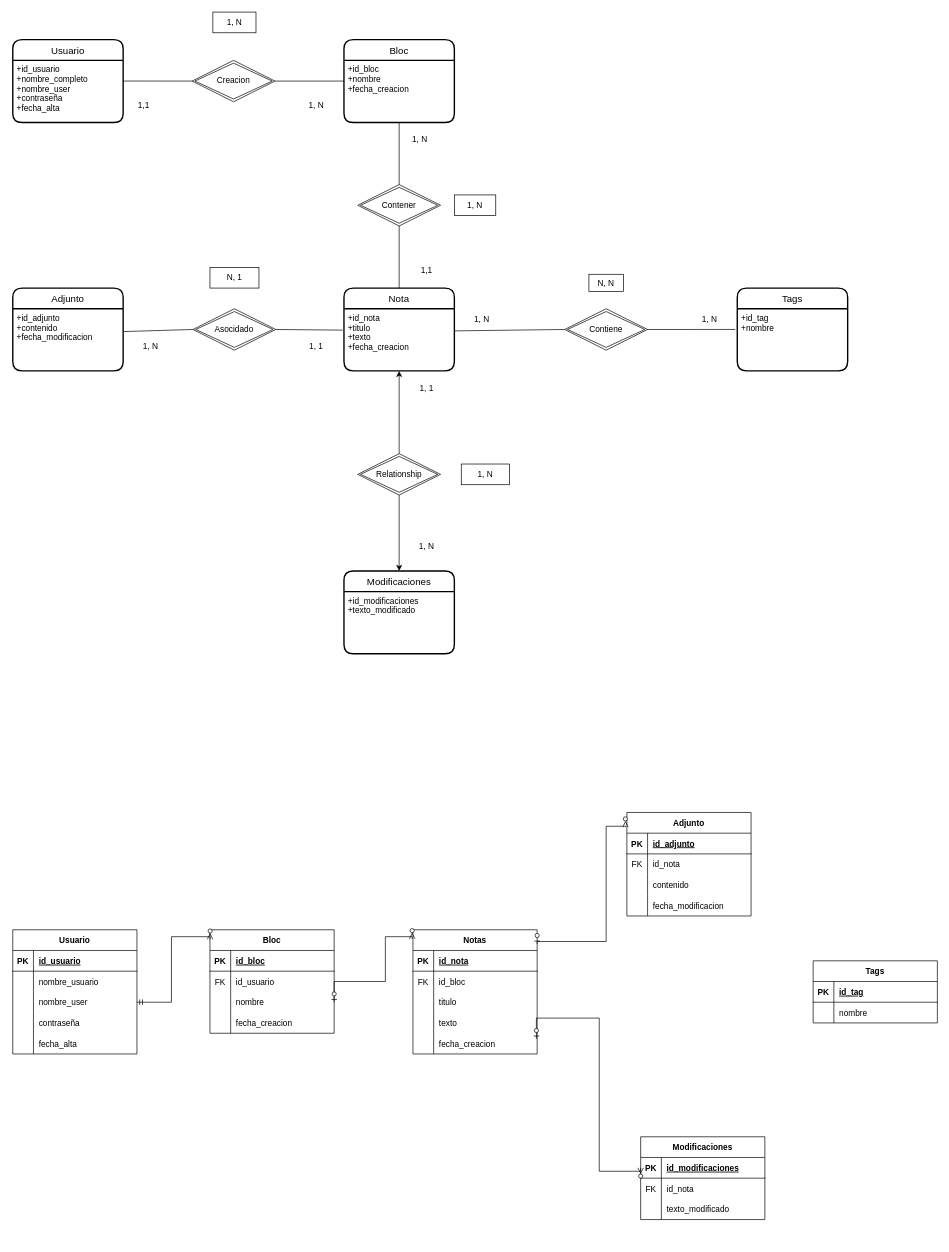
marcosfernandezlopez/Laboratorio-de-redes-y-sistemas-operativos keeps this draw.io diagram as Diagrama sin título.drawio. Above is the earlier version. Source tidied: cells renumbered, new cells numbered last; positions are measured from the earlier drawing's top-left corner, leaving out a move shared by most shapes. Both pictures are drawn from the tidied source at 69%, with x=0, y=0 at pixel (12, 12).
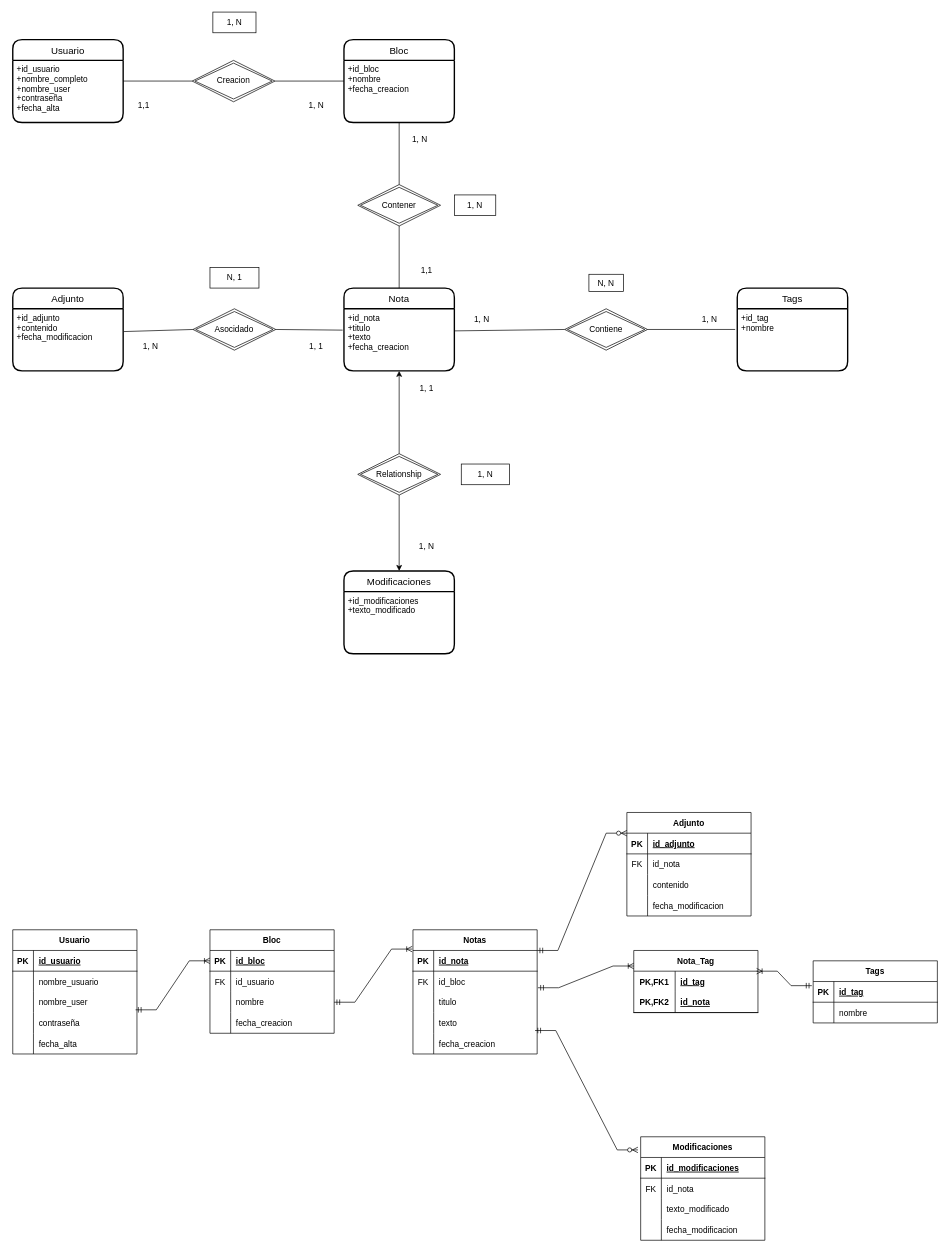
After the change.

Unchanged cells that the change refers to:
```xml
<mxCell id="51" style="shape=tableRow;horizontal=0;startSize=0;swimlaneHead=0;swimlaneBody=0;fillColor=none;points=[[0,0.5],[1,0.5]];portConstraint=eastwest;top=0;left=0;right=0;bottom=0;" parent="44" vertex="1">
  <mxGeometry y="90" width="180" height="30" as="geometry" />
</mxCell>
<mxCell id="54" style="shape=tableRow;horizontal=0;startSize=0;swimlaneHead=0;swimlaneBody=0;fillColor=none;points=[[0,0.5],[1,0.5]];portConstraint=eastwest;top=0;left=0;right=0;bottom=0;" parent="44" vertex="1">
  <mxGeometry y="120" width="180" height="30" as="geometry" />
</mxCell>
<mxCell id="60" value="Bloc" style="shape=table;startSize=30;childLayout=tableLayout;rowLines=0;fontStyle=1;align=center;" parent="1" vertex="1">
  <mxGeometry x="285.8" y="1330" width="180" height="150" as="geometry" />
</mxCell>
<mxCell id="61" style="shape=tableRow;horizontal=0;startSize=0;swimlaneHead=0;swimlaneBody=0;fillColor=none;points=[[0,0.5],[1,0.5]];portConstraint=eastwest;top=0;left=0;right=0;bottom=1;" parent="60" vertex="1">
  <mxGeometry y="30" width="180" height="30" as="geometry" />
</mxCell>
<mxCell id="67" style="shape=tableRow;horizontal=0;startSize=0;swimlaneHead=0;swimlaneBody=0;fillColor=none;points=[[0,0.5],[1,0.5]];portConstraint=eastwest;top=0;left=0;right=0;bottom=0;" parent="60" vertex="1">
  <mxGeometry y="90" width="180" height="30" as="geometry" />
</mxCell>
<mxCell id="73" value="Notas" style="shape=table;startSize=30;childLayout=tableLayout;rowLines=0;fontStyle=1;align=center;" parent="1" vertex="1">
  <mxGeometry x="580" y="1330" width="180" height="180" as="geometry" />
</mxCell>
<mxCell id="74" style="shape=tableRow;horizontal=0;startSize=0;swimlaneHead=0;swimlaneBody=0;fillColor=none;points=[[0,0.5],[1,0.5]];portConstraint=eastwest;top=0;left=0;right=0;bottom=1;" parent="73" vertex="1">
  <mxGeometry y="30" width="180" height="30" as="geometry" />
</mxCell>
<mxCell id="77" style="shape=tableRow;horizontal=0;startSize=0;swimlaneHead=0;swimlaneBody=0;fillColor=none;points=[[0,0.5],[1,0.5]];portConstraint=eastwest;top=0;left=0;right=0;bottom=0;" parent="73" vertex="1">
  <mxGeometry y="60" width="180" height="30" as="geometry" />
</mxCell>
<mxCell id="86" style="shape=tableRow;horizontal=0;startSize=0;swimlaneHead=0;swimlaneBody=0;fillColor=none;points=[[0,0.5],[1,0.5]];portConstraint=eastwest;top=0;left=0;right=0;bottom=0;" parent="73" vertex="1">
  <mxGeometry y="150" width="180" height="30" as="geometry" />
</mxCell>
<mxCell id="91" value="Adjunto" style="shape=table;startSize=30;childLayout=tableLayout;rowLines=0;fontStyle=1;align=center;" parent="1" vertex="1">
  <mxGeometry x="890" y="1160" width="180" height="150" as="geometry" />
</mxCell>
<mxCell id="92" style="shape=tableRow;horizontal=0;startSize=0;swimlaneHead=0;swimlaneBody=0;fillColor=none;points=[[0,0.5],[1,0.5]];portConstraint=eastwest;top=0;left=0;right=0;bottom=1;" parent="91" vertex="1">
  <mxGeometry y="30" width="180" height="30" as="geometry" />
</mxCell>
<mxCell id="105" style="shape=tableRow;horizontal=0;startSize=0;swimlaneHead=0;swimlaneBody=0;fillColor=none;points=[[0,0.5],[1,0.5]];portConstraint=eastwest;top=0;left=0;right=0;bottom=1;" parent="104" vertex="1">
  <mxGeometry y="30" width="180" height="30" as="geometry" />
</mxCell>
<mxCell id="112" style="shape=tableRow;horizontal=0;startSize=0;swimlaneHead=0;swimlaneBody=0;fillColor=none;points=[[0,0.5],[1,0.5]];portConstraint=eastwest;top=0;left=0;right=0;bottom=1;" parent="111" vertex="1">
  <mxGeometry y="30" width="180" height="30" as="geometry" />
</mxCell>
```

What changed in the source:
```diff
@@
-    <mxCell id="89" style="edgeStyle=orthogonalEdgeStyle;fontSize=12;html=1;endArrow=ERzeroToMany;startArrow=ERzeroToOne;rounded=0;exitX=1;exitY=0.5;exitDx=0;exitDy=0;entryX=-0.006;entryY=0.073;entryDx=0;entryDy=0;entryPerimeter=0;" parent="1" edge="1" source="67" target="73">
-      <mxGeometry relative="1" as="geometry">
-        <Array as="points">
-          <mxPoint x="540" y="1405" />
-          <mxPoint x="540" y="1340" />
-        </Array>
-      </mxGeometry>
-    </mxCell>
-    <mxCell id="90" style="edgeStyle=orthogonalEdgeStyle;fontSize=12;html=1;endArrow=ERzeroToMany;startArrow=ERmandOne;rounded=0;exitX=1;exitY=0.5;exitDx=0;exitDy=0;entryX=0.001;entryY=0.092;entryDx=0;entryDy=0;entryPerimeter=0;" parent="1" edge="1" source="51" target="60">
-      <mxGeometry relative="1" as="geometry">
-        <Array as="points">
-          <mxPoint x="230" y="1435" />
-          <mxPoint x="230" y="1340" />
-        </Array>
-      </mxGeometry>
-    </mxCell>
@@
     <mxCell id="111" value="Modificaciones" style="shape=table;startSize=30;childLayout=tableLayout;rowLines=0;fontStyle=1;align=center;" parent="1" vertex="1">
-      <mxGeometry x="910" y="1630" width="180" height="120" as="geometry" />
+      <mxGeometry x="910" y="1630" width="180" height="150" as="geometry" />
     </mxCell>
@@
-    <mxCell id="121" style="edgeStyle=orthogonalEdgeStyle;fontSize=12;html=1;endArrow=ERzeroToMany;startArrow=ERzeroToOne;rounded=0;exitX=1;exitY=0.113;exitDx=0;exitDy=0;exitPerimeter=0;entryX=-0.011;entryY=0.142;entryDx=0;entryDy=0;entryPerimeter=0;" parent="1" edge="1" source="73" target="91">
-      <mxGeometry relative="1" as="geometry">
-        <Array as="points">
-          <mxPoint x="860" y="1347" />
-          <mxPoint x="860" y="1180" />
-          <mxPoint x="888" y="1180" />
-        </Array>
-      </mxGeometry>
-    </mxCell>
-    <mxCell id="122" style="edgeStyle=orthogonalEdgeStyle;fontSize=12;html=1;endArrow=ERzeroToMany;startArrow=ERzeroToOne;rounded=0;exitX=0.994;exitY=0.267;exitDx=0;exitDy=0;exitPerimeter=0;entryX=0;entryY=0.5;entryDx=0;entryDy=0;" parent="1" edge="1" source="86" target="112">
-      <mxGeometry relative="1" as="geometry">
-        <Array as="points">
-          <mxPoint x="850" y="1458" />
-          <mxPoint x="850" y="1680" />
-          <mxPoint x="910" y="1680" />
-        </Array>
-      </mxGeometry>
-    </mxCell>
+    <mxCell id="123" style="shape=tableRow;horizontal=0;startSize=0;swimlaneHead=0;swimlaneBody=0;fillColor=none;top=0;left=0;right=0;bottom=0;" parent="111" vertex="1">
+      <mxGeometry y="120" width="180" height="30" as="geometry" />
+    </mxCell>
+    <mxCell id="124" style="shape=partialRectangle;fillColor=none;top=0;left=0;bottom=0;right=0;overflow=hidden;" parent="123" vertex="1">
+      <mxGeometry width="30" height="30" as="geometry" />
+    </mxCell>
+    <mxCell id="125" value="fecha_modificacion" style="shape=partialRectangle;fillColor=none;top=0;left=0;bottom=0;right=0;align=left;spacingLeft=6;overflow=hidden;" parent="123" vertex="1">
+      <mxGeometry x="30" width="150" height="30" as="geometry" />
+    </mxCell>
+    <mxCell id="126" value="Nota_Tag" style="shape=table;startSize=30;childLayout=tableLayout;rowLines=0;fontStyle=1;align=center;" parent="1" vertex="1">
+      <mxGeometry x="900" y="1360" width="180" height="90" as="geometry" />
+    </mxCell>
+    <mxCell id="127" style="shape=tableRow;horizontal=0;startSize=0;swimlaneHead=0;swimlaneBody=0;fillColor=none;points=[[0,0.5],[1,0.5]];portConstraint=eastwest;top=0;left=0;right=0;bottom=0;" parent="126" vertex="1">
+      <mxGeometry y="30" width="180" height="30" as="geometry" />
+    </mxCell>
+    <mxCell id="128" value="PK,FK1" style="shape=partialRectangle;fillColor=none;top=0;left=0;bottom=0;right=0;fontStyle=1;overflow=hidden;" parent="127" vertex="1">
+      <mxGeometry width="60" height="30" as="geometry" />
+    </mxCell>
+    <mxCell id="129" value="id_tag" style="shape=partialRectangle;fillColor=none;top=0;left=0;bottom=0;right=0;align=left;spacingLeft=6;fontStyle=5;overflow=hidden;" parent="127" vertex="1">
+      <mxGeometry x="60" width="120" height="30" as="geometry" />
+    </mxCell>
+    <mxCell id="130" style="shape=tableRow;horizontal=0;startSize=0;swimlaneHead=0;swimlaneBody=0;fillColor=none;top=0;left=0;right=0;bottom=1;" parent="126" vertex="1">
+      <mxGeometry y="60" width="180" height="30" as="geometry" />
+    </mxCell>
+    <mxCell id="131" value="PK,FK2" style="shape=partialRectangle;fillColor=none;top=0;left=0;bottom=0;right=0;fontStyle=1;overflow=hidden;" parent="130" vertex="1">
+      <mxGeometry width="60" height="30" as="geometry" />
+    </mxCell>
+    <mxCell id="132" value="id_nota" style="shape=partialRectangle;fillColor=none;top=0;left=0;bottom=0;right=0;align=left;spacingLeft=6;fontStyle=5;overflow=hidden;" parent="130" vertex="1">
+      <mxGeometry x="60" width="120" height="30" as="geometry" />
+    </mxCell>
+    <mxCell id="133" style="edgeStyle=entityRelationEdgeStyle;fontSize=12;html=1;endArrow=ERoneToMany;startArrow=ERmandOne;rounded=0;exitX=1.006;exitY=0.8;exitDx=0;exitDy=0;exitPerimeter=0;entryX=0;entryY=0.25;entryDx=0;entryDy=0;" parent="1" edge="1" source="77" target="126">
+      <mxGeometry relative="1" as="geometry" />
+    </mxCell>
+    <mxCell id="134" style="edgeStyle=entityRelationEdgeStyle;fontSize=12;html=1;endArrow=ERoneToMany;startArrow=ERmandOne;rounded=0;exitX=-0.011;exitY=0.2;exitDx=0;exitDy=0;exitPerimeter=0;entryX=0.989;entryY=0;entryDx=0;entryDy=0;entryPerimeter=0;" parent="1" edge="1" source="105" target="127">
+      <mxGeometry relative="1" as="geometry" />
+    </mxCell>
+    <mxCell id="135" style="edgeStyle=entityRelationEdgeStyle;fontSize=12;html=1;endArrow=ERzeroToMany;startArrow=ERmandOne;rounded=0;entryX=0;entryY=0;entryDx=0;entryDy=0;entryPerimeter=0;exitX=1;exitY=0;exitDx=0;exitDy=0;exitPerimeter=0;" parent="1" edge="1" source="74" target="92">
+      <mxGeometry relative="1" as="geometry" />
+    </mxCell>
+    <mxCell id="136" style="edgeStyle=entityRelationEdgeStyle;fontSize=12;html=1;endArrow=ERzeroToMany;startArrow=ERmandOne;rounded=0;exitX=0.983;exitY=-0.133;exitDx=0;exitDy=0;exitPerimeter=0;entryX=-0.022;entryY=0.127;entryDx=0;entryDy=0;entryPerimeter=0;" parent="1" edge="1" source="86" target="111">
+      <mxGeometry relative="1" as="geometry" />
+    </mxCell>
+    <mxCell id="137" style="edgeStyle=entityRelationEdgeStyle;fontSize=12;html=1;endArrow=ERoneToMany;startArrow=ERmandOne;rounded=0;entryX=-0.006;entryY=-0.067;entryDx=0;entryDy=0;entryPerimeter=0;exitX=1;exitY=0.5;exitDx=0;exitDy=0;" parent="1" edge="1" source="67" target="74">
+      <mxGeometry relative="1" as="geometry" />
+    </mxCell>
+    <mxCell id="138" style="edgeStyle=entityRelationEdgeStyle;fontSize=12;html=1;endArrow=ERoneToMany;startArrow=ERmandOne;rounded=0;entryX=0;entryY=0.5;entryDx=0;entryDy=0;exitX=0.989;exitY=-0.133;exitDx=0;exitDy=0;exitPerimeter=0;" parent="1" edge="1" source="54" target="61">
+      <mxGeometry relative="1" as="geometry" />
+    </mxCell>
```
